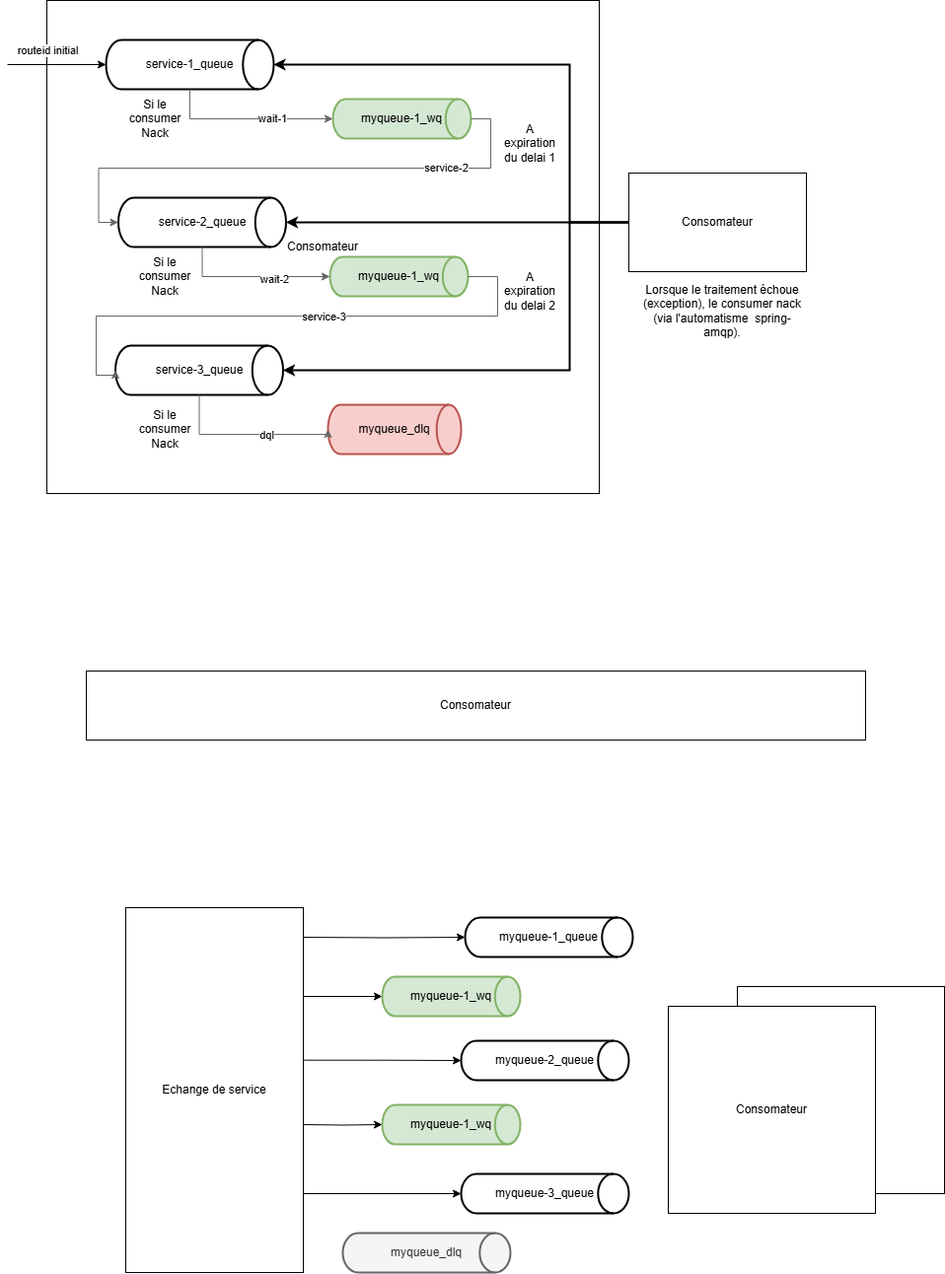
Before: drawio/pattern_rabbit_retry.png, a diagram exported from draw.io (sarraz1/csau). Source tidied: cells renumbered, new cells last; positions are measured from the earlier drawing's top-left corner, leaving out a move shared by most shapes.
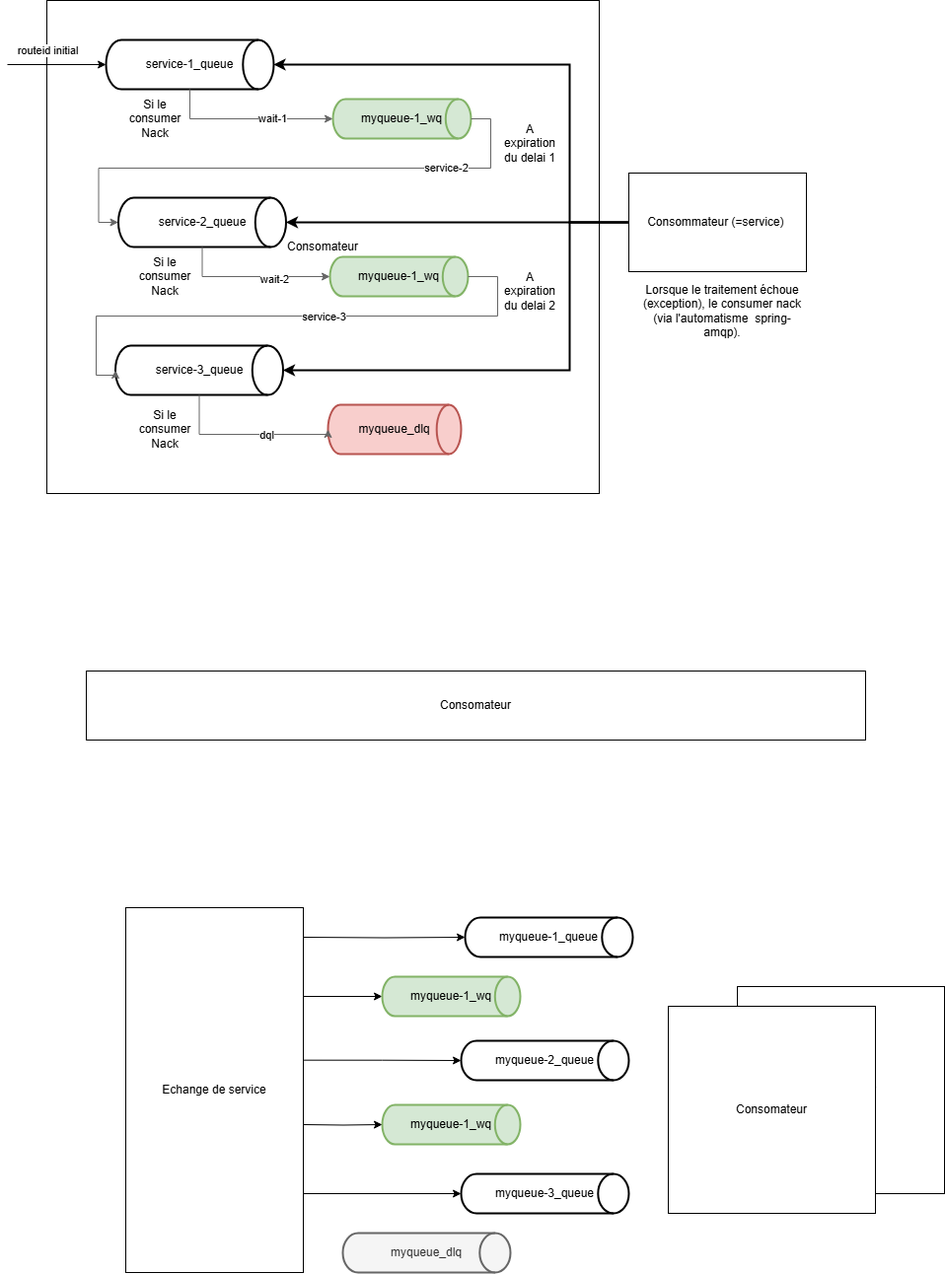
Above is the later version.

Commit message:
Mettre à jour pattern_rabbit_retry.png

What changed in the source:
```diff
@@ -13,7 +13,7 @@
         </Array>
       </mxGeometry>
     </mxCell>
-    <mxCell id="4" value="Consomateur" style="rounded=0;whiteSpace=wrap;html=1;" parent="1" vertex="1">
+    <mxCell id="4" value="Consommateur (=service)&amp;nbsp;" style="rounded=0;whiteSpace=wrap;html=1;" parent="1" vertex="1">
       <mxGeometry x="630" y="175" width="180" height="100" as="geometry" />
     </mxCell>
     <mxCell id="5" value="Consomateur" style="rounded=0;whiteSpace=wrap;html=1;" parent="1" vertex="1">
```
